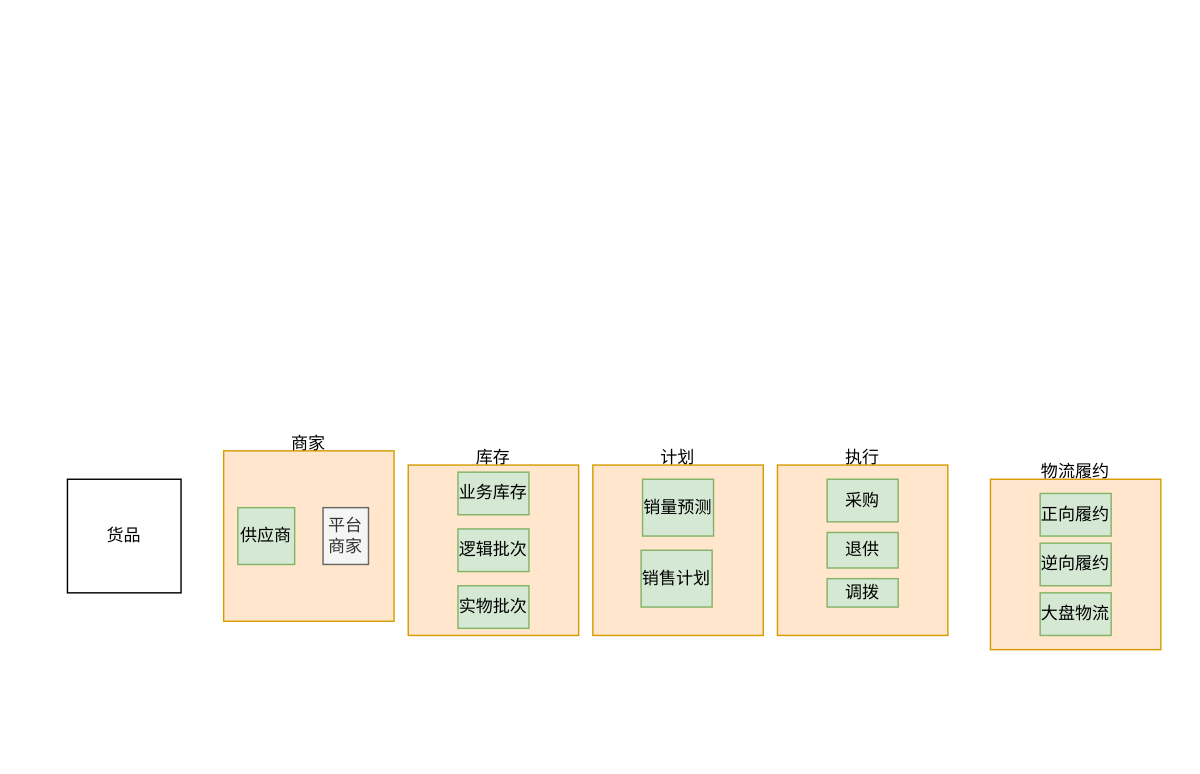
This is dataArchi.drawio from Thomas-liyan/common, a draw.io file, before an edit. Source tidied: cells renumbered, new cells numbered last; positions are measured from the earlier drawing's top-left corner, leaving out a move shared by most shapes. Both pictures are drawn from the tidied source at 142%, with x=0, y=0 at pixel (67, 450).
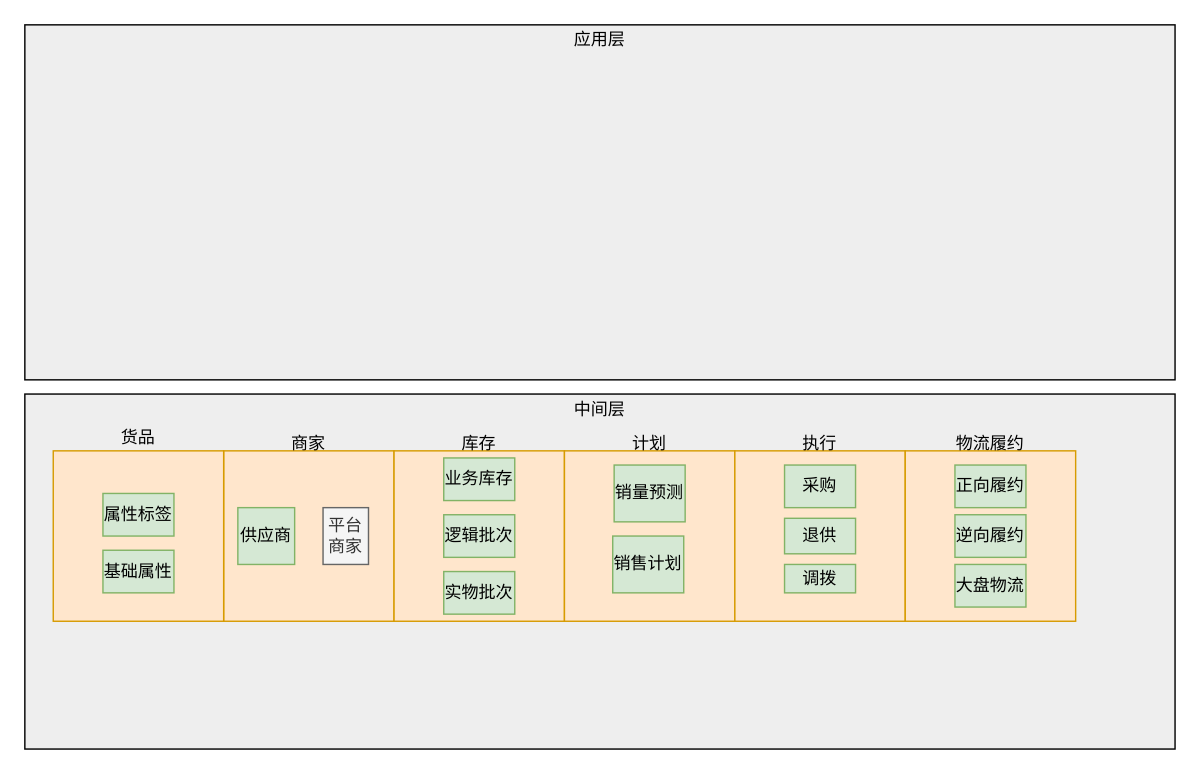
The same page after the edit.

The edit, as a diff of the source:
```diff
@@
+    <mxCell id="27" value="中间层" style="rounded=0;whiteSpace=wrap;html=1;labelPosition=center;verticalLabelPosition=top;align=center;verticalAlign=bottom;spacingTop=0;spacingBottom=-20;fillColor=#EEEEEE;" parent="1" vertex="1">
+      <mxGeometry x="-30" y="-40" width="810" height="250" as="geometry" />
+    </mxCell>
@@
     <mxCell id="6" style="group;" parent="1" vertex="1">
-      <mxGeometry x="240" y="10" width="120" height="120" as="geometry" />
+      <mxGeometry x="230" width="120" height="120" as="geometry" />
     </mxCell>
@@
     <mxCell id="12" style="group;" parent="1" vertex="1">
-      <mxGeometry x="370" y="10" width="120" height="120" as="geometry" />
+      <mxGeometry x="350" width="120" height="120" as="geometry" />
     </mxCell>
@@
     <mxCell id="16" style="group;" parent="1" vertex="1">
-      <mxGeometry x="500" y="10" width="120" height="120" as="geometry" />
+      <mxGeometry x="470" width="120" height="120" as="geometry" />
     </mxCell>
@@
     <mxCell id="21" style="group;" parent="1" vertex="1">
-      <mxGeometry x="650" y="20" width="120" height="120" as="geometry" />
+      <mxGeometry x="590" width="120" height="120" as="geometry" />
     </mxCell>
@@
+    <mxCell id="28" style="group;" parent="1" vertex="1">
+      <mxGeometry x="-10" width="120" height="120" as="geometry" />
+    </mxCell>
-    <mxCell id="26" value="货品" style="whiteSpace=wrap;html=1;" parent="1" vertex="1">
-      <mxGeometry y="20" width="80" height="80" as="geometry" />
+    <mxCell id="26" value="货品" style="whiteSpace=wrap;html=1;fillColor=#ffe6cc;strokeColor=#d79b00;labelPosition=center;verticalLabelPosition=top;align=center;verticalAlign=bottom;" parent="28" vertex="1">
+      <mxGeometry width="120" height="120" as="geometry" />
     </mxCell>
+    <mxCell id="29" value="基础属性" style="whiteSpace=wrap;html=1;direction=south;fillColor=#d5e8d4;strokeColor=#82b366;" parent="28" vertex="1">
+      <mxGeometry x="35" y="70" width="50" height="30" as="geometry" />
+    </mxCell>
+    <mxCell id="30" value="属性标签" style="whiteSpace=wrap;html=1;direction=south;fillColor=#d5e8d4;strokeColor=#82b366;" parent="28" vertex="1">
+      <mxGeometry x="35" y="30" width="50" height="30" as="geometry" />
+    </mxCell>
+    <mxCell id="31" value="应用层" style="rounded=0;whiteSpace=wrap;html=1;labelPosition=center;verticalLabelPosition=top;align=center;verticalAlign=bottom;spacingTop=0;spacingBottom=-20;fillColor=#EEEEEE;" parent="1" vertex="1">
+      <mxGeometry x="-30" y="-300" width="810" height="250" as="geometry" />
+    </mxCell>
```
